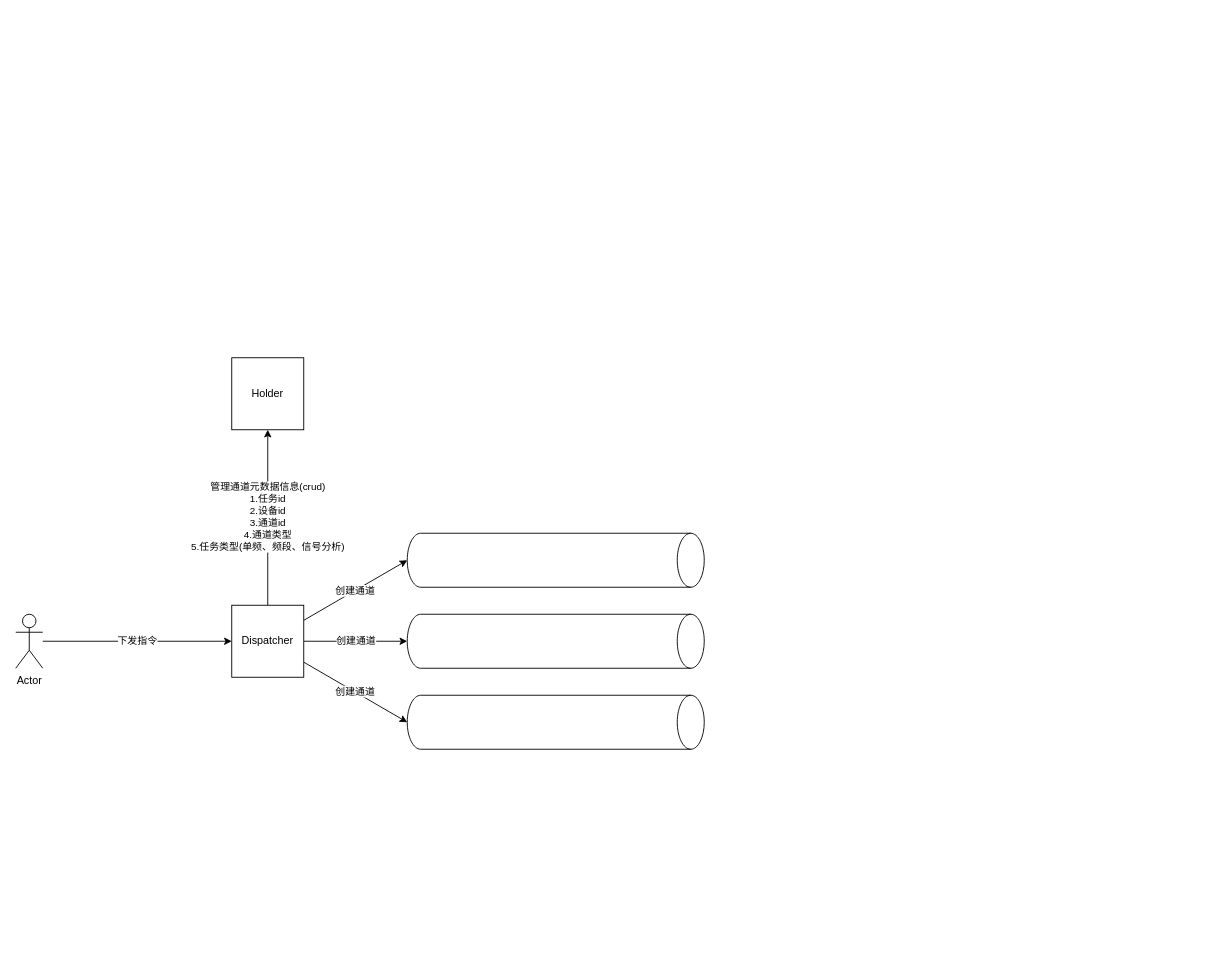
This is netty通道图.drawio from KodeChicken/draw, a draw.io file, before an edit. Source tidied: cells renumbered, new cells numbered last; positions are measured from the earlier drawing's top-left corner, leaving out a move shared by most shapes. Both pictures are drawn from the tidied source at 90%, with x=0, y=0 at pixel (15, 357).
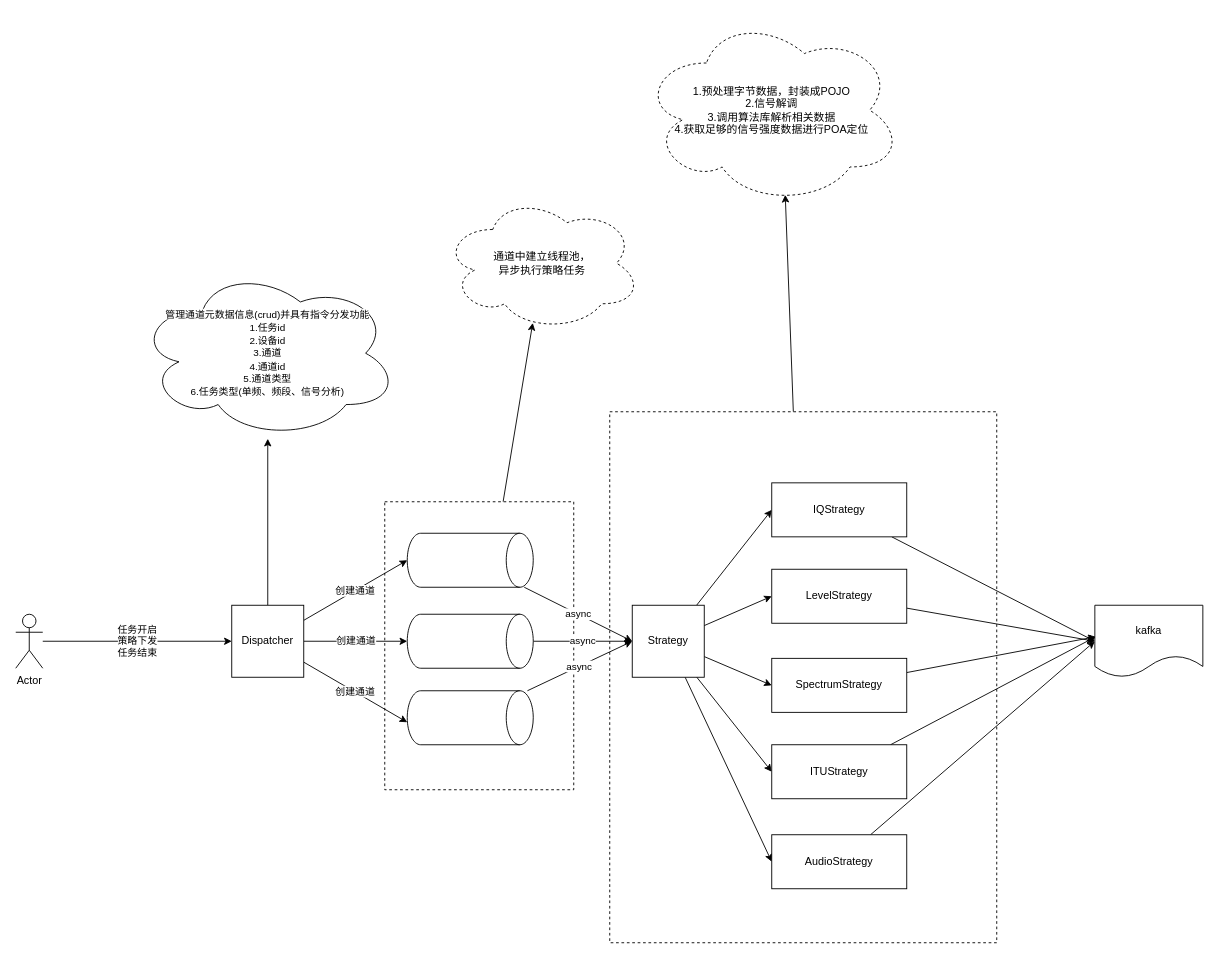
After the change.

Commit message:
更新netty通道图.drawio

Unchanged cells that the change refers to:
```xml
<mxCell id="9" value="Dispatcher" style="whiteSpace=wrap;html=1;" parent="1" vertex="1">
  <mxGeometry x="240" y="275" width="80" height="80" as="geometry" />
</mxCell>
<mxCell id="12" value="Actor" style="shape=umlActor;verticalLabelPosition=bottom;verticalAlign=top;html=1;outlineConnect=0;" parent="1" vertex="1">
  <mxGeometry y="285" width="30" height="60" as="geometry" />
</mxCell>
```

Change to the diagram source:
```diff
@@
+    <mxCell id="13" style="edgeStyle=none;rounded=0;jettySize=auto;html=1;" parent="1" edge="1" source="14">
+      <mxGeometry relative="1" as="geometry">
+        <mxPoint x="855" y="-181" as="targetPoint" />
+      </mxGeometry>
+    </mxCell>
+    <mxCell id="14" style="rounded=0;whiteSpace=wrap;html=1;dashed=1;" parent="1" vertex="1">
+      <mxGeometry x="660" y="60" width="430" height="590" as="geometry" />
+    </mxCell>
+    <mxCell id="15" style="edgeStyle=none;rounded=0;jettySize=auto;html=1;entryX=0.452;entryY=0.942;entryDx=0;entryDy=0;entryPerimeter=0;" parent="1" edge="1" source="16" target="41">
+      <mxGeometry relative="1" as="geometry" />
+    </mxCell>
+    <mxCell id="16" style="rounded=0;whiteSpace=wrap;html=1;dashed=1;align=center;" parent="1" vertex="1">
+      <mxGeometry x="410" y="160" width="210" height="320" as="geometry" />
+    </mxCell>
+    <mxCell id="17" value="async" style="edgeStyle=none;rounded=0;jettySize=auto;html=1;entryX=0;entryY=0.5;entryDx=0;entryDy=0;" parent="1" edge="1" source="2" target="28">
+      <mxGeometry relative="1" as="geometry" />
+    </mxCell>
     <mxCell id="2" style="shape=cylinder3;whiteSpace=wrap;html=1;boundedLbl=1;backgroundOutline=1;size=15;rotation=90;" parent="1" vertex="1">
-      <mxGeometry x="570" y="60" width="60" height="330" as="geometry" />
+      <mxGeometry x="475" y="155" width="60" height="140" as="geometry" />
     </mxCell>
-    <mxCell id="3" style="shape=cylinder3;whiteSpace=wrap;html=1;boundedLbl=1;backgroundOutline=1;size=15;rotation=90;align=center;" parent="1" vertex="1">
-      <mxGeometry x="570" y="150" width="60" height="330" as="geometry" />
-    </mxCell>
-    <mxCell id="4" style="shape=cylinder3;whiteSpace=wrap;html=1;boundedLbl=1;backgroundOutline=1;size=15;rotation=90;" parent="1" vertex="1">
-      <mxGeometry x="570" y="240" width="60" height="330" as="geometry" />
-    </mxCell>
@@
-    <mxCell id="6" value="创建通道" style="edgeStyle=none;rounded=0;jettySize=auto;html=1;entryX=0.5;entryY=1;entryDx=0;entryDy=0;entryPerimeter=0;" parent="1" edge="1" source="9" target="3">
-      <mxGeometry relative="1" as="geometry" />
+    <mxCell id="6" value="创建通道" style="edgeStyle=none;rounded=0;jettySize=auto;html=1;entryX=0.5;entryY=1;entryDx=0;entryDy=0;entryPerimeter=0;" parent="1" edge="1" source="9">
+      <mxGeometry relative="1" as="geometry">
+        <mxPoint x="435" y="315" as="targetPoint" />
+      </mxGeometry>
     </mxCell>
-    <mxCell id="7" value="创建通道" style="edgeStyle=none;rounded=0;jettySize=auto;html=1;entryX=0.5;entryY=1;entryDx=0;entryDy=0;entryPerimeter=0;" parent="1" edge="1" source="9" target="4">
-      <mxGeometry relative="1" as="geometry" />
+    <mxCell id="7" value="创建通道" style="edgeStyle=none;rounded=0;jettySize=auto;html=1;entryX=0.5;entryY=1;entryDx=0;entryDy=0;entryPerimeter=0;" parent="1" edge="1" source="9">
+      <mxGeometry relative="1" as="geometry">
+        <mxPoint x="435" y="405" as="targetPoint" />
+      </mxGeometry>
     </mxCell>
-    <mxCell id="8" value="管理通道元数据信息(crud)&lt;br&gt;1.任务id&lt;br&gt;2.设备id&lt;br&gt;3.通道id&lt;br&gt;4.通道类型&lt;br&gt;5.任务类型(单频、频段、信号分析)" style="edgeStyle=none;rounded=0;jettySize=auto;html=1;entryX=0.5;entryY=1;entryDx=0;entryDy=0;" parent="1" edge="1" source="9" target="10">
-      <mxGeometry relative="1" as="geometry" />
-    </mxCell>
+    <mxCell id="18" style="edgeStyle=none;rounded=0;jettySize=auto;html=1;" parent="1" edge="1" source="9" target="29">
+      <mxGeometry relative="1" as="geometry" />
+    </mxCell>
@@
-    <mxCell id="10" value="Holder" style="whiteSpace=wrap;html=1;" parent="1" vertex="1">
-      <mxGeometry x="240" width="80" height="80" as="geometry" />
-    </mxCell>
-    <mxCell id="11" value="下发指令" style="edgeStyle=none;rounded=0;jettySize=auto;html=1;entryX=0;entryY=0.5;entryDx=0;entryDy=0;" parent="1" edge="1" source="12" target="9">
+    <mxCell id="11" value="任务开启&lt;br&gt;策略下发&lt;br&gt;任务结束" style="edgeStyle=none;rounded=0;jettySize=auto;html=1;entryX=0;entryY=0.5;entryDx=0;entryDy=0;" parent="1" edge="1" source="12" target="9">
       <mxGeometry relative="1" as="geometry" />
     </mxCell>
@@
+    <mxCell id="19" value="async" style="edgeStyle=none;rounded=0;jettySize=auto;html=1;entryX=0;entryY=0.5;entryDx=0;entryDy=0;" parent="1" edge="1" source="20" target="28">
+      <mxGeometry relative="1" as="geometry" />
+    </mxCell>
+    <mxCell id="20" style="shape=cylinder3;whiteSpace=wrap;html=1;boundedLbl=1;backgroundOutline=1;size=15;rotation=90;" parent="1" vertex="1">
+      <mxGeometry x="475" y="245" width="60" height="140" as="geometry" />
+    </mxCell>
+    <mxCell id="21" value="async" style="edgeStyle=none;rounded=0;jettySize=auto;html=1;entryX=0;entryY=0.5;entryDx=0;entryDy=0;" parent="1" edge="1" source="22" target="28">
+      <mxGeometry relative="1" as="geometry" />
+    </mxCell>
+    <mxCell id="22" style="shape=cylinder3;whiteSpace=wrap;html=1;boundedLbl=1;backgroundOutline=1;size=15;rotation=90;" parent="1" vertex="1">
+      <mxGeometry x="475" y="330" width="60" height="140" as="geometry" />
+    </mxCell>
+    <mxCell id="23" style="edgeStyle=none;rounded=0;jettySize=auto;html=1;entryX=0;entryY=0.5;entryDx=0;entryDy=0;" parent="1" edge="1" source="28" target="31">
+      <mxGeometry relative="1" as="geometry" />
+    </mxCell>
+    <mxCell id="24" style="edgeStyle=none;rounded=0;jettySize=auto;html=1;entryX=0;entryY=0.5;entryDx=0;entryDy=0;" parent="1" edge="1" source="28" target="33">
+      <mxGeometry relative="1" as="geometry" />
+    </mxCell>
+    <mxCell id="25" style="edgeStyle=none;rounded=0;jettySize=auto;html=1;entryX=0;entryY=0.5;entryDx=0;entryDy=0;" parent="1" edge="1" source="28" target="35">
+      <mxGeometry relative="1" as="geometry" />
+    </mxCell>
+    <mxCell id="26" style="edgeStyle=none;rounded=0;jettySize=auto;html=1;entryX=0;entryY=0.5;entryDx=0;entryDy=0;" parent="1" edge="1" source="28" target="37">
+      <mxGeometry relative="1" as="geometry" />
+    </mxCell>
+    <mxCell id="27" style="edgeStyle=none;rounded=0;jettySize=auto;html=1;entryX=0;entryY=0.5;entryDx=0;entryDy=0;" parent="1" edge="1" source="28" target="39">
+      <mxGeometry relative="1" as="geometry" />
+    </mxCell>
+    <mxCell id="28" value="&lt;div style=&quot;text-align: left&quot;&gt;Strategy&lt;/div&gt;" style="whiteSpace=wrap;html=1;" parent="1" vertex="1">
+      <mxGeometry x="685" y="275" width="80" height="80" as="geometry" />
+    </mxCell>
+    <mxCell id="29" value="&lt;span style=&quot;font-size: 11px ; background-color: rgb(255 , 255 , 255)&quot;&gt;管理通道元数据信息(crud)并具有指令分发功能&lt;/span&gt;&lt;br style=&quot;font-size: 11px&quot;&gt;&lt;span style=&quot;font-size: 11px ; background-color: rgb(255 , 255 , 255)&quot;&gt;1.任务id&lt;/span&gt;&lt;br style=&quot;font-size: 11px&quot;&gt;&lt;span style=&quot;font-size: 11px ; background-color: rgb(255 , 255 , 255)&quot;&gt;2.设备id&lt;/span&gt;&lt;br style=&quot;font-size: 11px&quot;&gt;&lt;span style=&quot;font-size: 11px ; background-color: rgb(255 , 255 , 255)&quot;&gt;3.通道&lt;/span&gt;&lt;br style=&quot;font-size: 11px&quot;&gt;&lt;span style=&quot;font-size: 11px ; background-color: rgb(255 , 255 , 255)&quot;&gt;4.通道id&lt;/span&gt;&lt;br style=&quot;font-size: 11px&quot;&gt;&lt;span style=&quot;font-size: 11px ; background-color: rgb(255 , 255 , 255)&quot;&gt;5.通道类型&lt;/span&gt;&lt;br style=&quot;font-size: 11px&quot;&gt;&lt;span style=&quot;font-size: 11px ; background-color: rgb(255 , 255 , 255)&quot;&gt;6.任务类型(单频、频段、信号分析)&lt;/span&gt;" style="ellipse;shape=cloud;whiteSpace=wrap;html=1;" parent="1" vertex="1">
+      <mxGeometry x="135" y="-100" width="290" height="190" as="geometry" />
+    </mxCell>
+    <mxCell id="30" style="edgeStyle=none;rounded=0;jettySize=auto;html=1;entryX=0;entryY=0.5;entryDx=0;entryDy=0;" parent="1" edge="1" source="31" target="40">
+      <mxGeometry relative="1" as="geometry" />
+    </mxCell>
+    <mxCell id="31" value="IQ&lt;span style=&quot;text-align: left&quot;&gt;Strategy&lt;/span&gt;" style="rounded=0;whiteSpace=wrap;html=1;" parent="1" vertex="1">
+      <mxGeometry x="840" y="139" width="150" height="60" as="geometry" />
+    </mxCell>
+    <mxCell id="32" style="edgeStyle=none;rounded=0;jettySize=auto;html=1;entryX=0;entryY=0.5;entryDx=0;entryDy=0;" parent="1" edge="1" source="33" target="40">
+      <mxGeometry relative="1" as="geometry" />
+    </mxCell>
+    <mxCell id="33" value="&lt;div style=&quot;text-align: center&quot;&gt;&lt;span style=&quot;text-align: left&quot;&gt;LevelStrategy&lt;/span&gt;&lt;/div&gt;" style="rounded=0;whiteSpace=wrap;html=1;" parent="1" vertex="1">
+      <mxGeometry x="840" y="235" width="150" height="60" as="geometry" />
+    </mxCell>
+    <mxCell id="34" style="edgeStyle=none;rounded=0;jettySize=auto;html=1;" parent="1" edge="1" source="35">
+      <mxGeometry relative="1" as="geometry">
+        <mxPoint x="1200" y="310" as="targetPoint" />
+      </mxGeometry>
+    </mxCell>
+    <mxCell id="35" value="&lt;div style=&quot;text-align: center&quot;&gt;&lt;span style=&quot;text-align: left&quot;&gt;SpectrumStrategy&lt;/span&gt;&lt;/div&gt;" style="rounded=0;whiteSpace=wrap;html=1;" parent="1" vertex="1">
+      <mxGeometry x="840" y="334" width="150" height="60" as="geometry" />
+    </mxCell>
+    <mxCell id="36" style="edgeStyle=none;rounded=0;jettySize=auto;html=1;" parent="1" edge="1" source="37">
+      <mxGeometry relative="1" as="geometry">
+        <mxPoint x="1200" y="310" as="targetPoint" />
+      </mxGeometry>
+    </mxCell>
+    <mxCell id="37" value="&lt;div style=&quot;text-align: center&quot;&gt;&lt;span style=&quot;text-align: left&quot;&gt;ITUStrategy&lt;/span&gt;&lt;/div&gt;" style="rounded=0;whiteSpace=wrap;html=1;" parent="1" vertex="1">
+      <mxGeometry x="840" y="430" width="150" height="60" as="geometry" />
+    </mxCell>
+    <mxCell id="38" style="edgeStyle=none;rounded=0;jettySize=auto;html=1;entryX=0;entryY=0.5;entryDx=0;entryDy=0;" parent="1" edge="1" source="39" target="40">
+      <mxGeometry relative="1" as="geometry" />
+    </mxCell>
+    <mxCell id="39" value="&lt;div style=&quot;text-align: center&quot;&gt;&lt;span style=&quot;text-align: left&quot;&gt;AudioStrategy&lt;/span&gt;&lt;/div&gt;" style="rounded=0;whiteSpace=wrap;html=1;" parent="1" vertex="1">
+      <mxGeometry x="840" y="530" width="150" height="60" as="geometry" />
+    </mxCell>
+    <mxCell id="40" value="kafka" style="shape=document;whiteSpace=wrap;html=1;boundedLbl=1;" parent="1" vertex="1">
+      <mxGeometry x="1199" y="275" width="120" height="80" as="geometry" />
+    </mxCell>
+    <mxCell id="41" value="通道中建立线程池，&lt;br&gt;异步执行策略任务" style="ellipse;shape=cloud;whiteSpace=wrap;html=1;dashed=1;" parent="1" vertex="1">
+      <mxGeometry x="475" y="-180" width="220" height="150" as="geometry" />
+    </mxCell>
+    <mxCell id="42" value="1.预处理字节数据，封装成POJO&lt;br&gt;2.信号解调&lt;br&gt;3.调用算法库解析相关数据&lt;br&gt;4.获取足够的信号强度数据进行POA定位" style="ellipse;shape=cloud;whiteSpace=wrap;html=1;dashed=1;" parent="1" vertex="1">
+      <mxGeometry x="695" y="-380" width="290" height="210" as="geometry" />
+    </mxCell>
```
